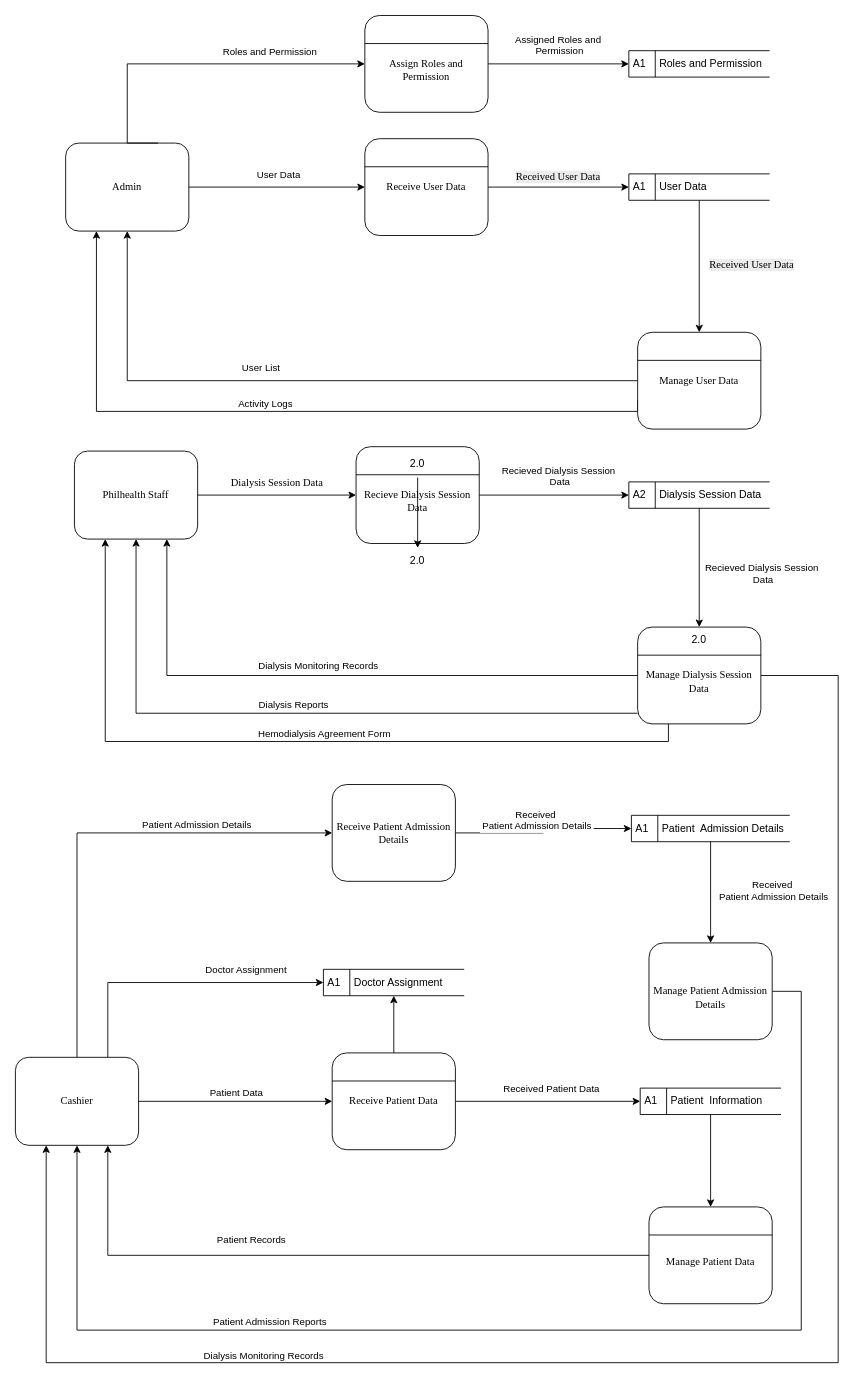
The draw.io diagram dataFlowDiagram.drawio in ferry-domingo/diagramDialySave, before the edit. Source tidied: cells renumbered, new cells numbered last; positions are measured from the earlier drawing's top-left corner, leaving out a move shared by most shapes. Both pictures are drawn from the tidied source at 88%, with x=0, y=0 at pixel (15, 15).
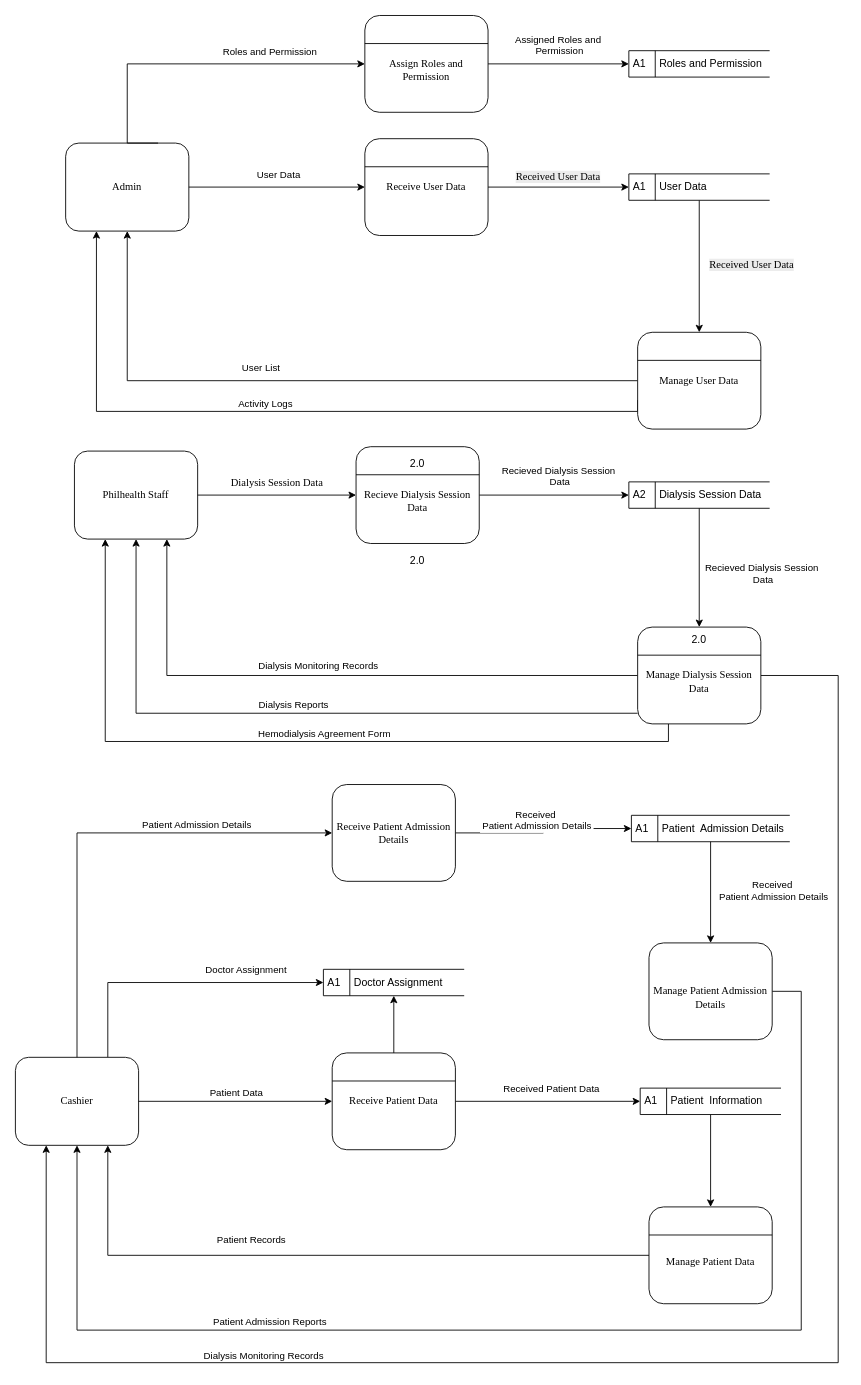
Above is the later version.

Unchanged cells that the change refers to:
```xml
<mxCell id="10" value="2.0" style="text;html=1;whiteSpace=wrap;strokeColor=none;fillColor=none;align=center;verticalAlign=middle;rounded=0;" parent="1" vertex="1">
  <mxGeometry x="427.1" y="495.1" width="60" height="30" as="geometry" />
</mxCell>
<mxCell id="76" value="2.0" style="text;html=1;whiteSpace=wrap;strokeColor=none;fillColor=none;align=center;verticalAlign=middle;rounded=0;" parent="1" vertex="1">
  <mxGeometry x="427.1" y="605.1" width="60" height="30" as="geometry" />
</mxCell>
```

Diff of the diagram source:
```diff
@@
-    <mxCell id="9" style="edgeStyle=orthogonalEdgeStyle;rounded=0;jettySize=auto;html=1;" parent="1" edge="1" source="10" target="76">
-      <mxGeometry relative="1" as="geometry" />
-    </mxCell>
```
